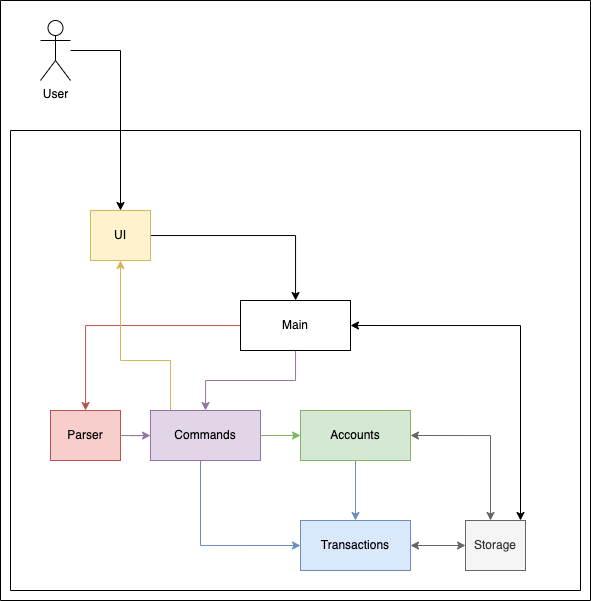
Earlier version of the draw.io export docs/images/ArchitectureDiagram.png (woowenjun99/tp). Source tidied: cells renumbered, new cells last; positions are measured from the earlier drawing's top-left corner, leaving out a move shared by most shapes.
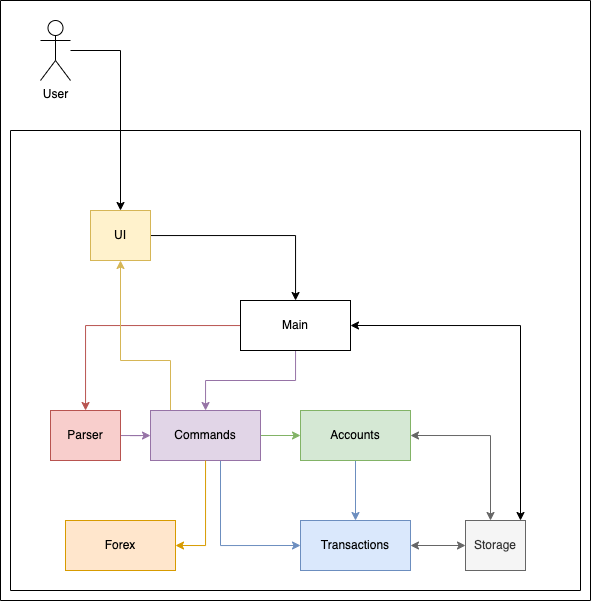
After the commit.

What changed in the source:
```diff
@@ -52,7 +52,7 @@
     <mxCell id="15" style="edgeStyle=orthogonalEdgeStyle;rounded=0;jettySize=auto;html=1;entryX=0;entryY=0.5;entryDx=0;entryDy=0;fillColor=#dae8fc;strokeColor=#6c8ebf;" parent="2" edge="1" source="17" target="18">
       <mxGeometry relative="1" as="geometry">
         <Array as="points">
-          <mxPoint x="190" y="415" />
+          <mxPoint x="210" y="415" />
         </Array>
       </mxGeometry>
     </mxCell>
@@ -85,5 +85,11 @@
     <mxCell id="23" style="swimlane;startSize=0;" parent="1" vertex="1">
       <mxGeometry width="590" height="600" as="geometry" />
     </mxCell>
+    <mxCell id="24" value="Forex" style="html=1;whiteSpace=wrap;fillColor=#ffe6cc;strokeColor=#d79b00;" parent="23" vertex="1">
+      <mxGeometry x="65" y="520" width="110" height="50" as="geometry" />
+    </mxCell>
+    <mxCell id="25" style="edgeStyle=orthogonalEdgeStyle;rounded=0;jettySize=auto;html=1;entryX=1;entryY=0.5;entryDx=0;entryDy=0;fillColor=#ffe6cc;strokeColor=#d79b00;" parent="1" edge="1" source="17" target="24">
+      <mxGeometry relative="1" as="geometry" />
+    </mxCell>
   </root>
 </mxGraphModel>
```
